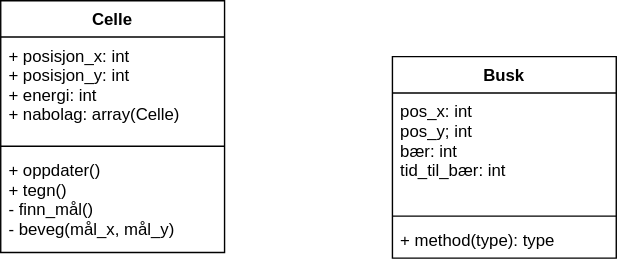
Before: Dokumentasjon/Klassediagram.drawio.svg, a diagram exported from draw.io (ProgMod-X/CellLife). Source tidied: cells renumbered, new cells last; positions are measured from the earlier drawing's top-left corner, leaving out a move shared by most shapes.
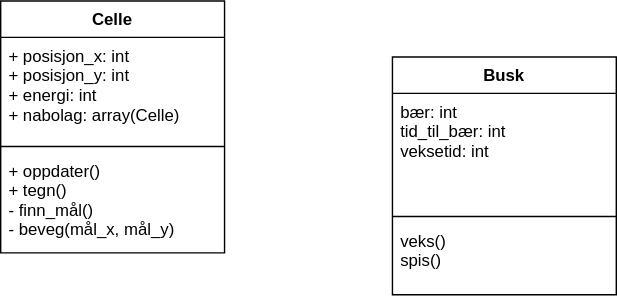
The same diagram one commit later.

Commit message:
Endra diagrammet til busken etter slik klassa blei.

The edit, as a diff of the source:
```diff
@@ -15,16 +15,16 @@
       <mxGeometry y="108" width="160" height="72" as="geometry" />
     </mxCell>
     <mxCell id="6" value="Busk" style="swimlane;fontStyle=1;align=center;verticalAlign=top;horizontal=1;startSize=26;" parent="1" vertex="1">
-      <mxGeometry x="280" y="40" width="160" height="144" as="geometry" />
+      <mxGeometry x="280" y="40" width="160" height="170" as="geometry" />
     </mxCell>
-    <mxCell id="7" value="pos_x: int&#10;pos_y; int&#10;bær: int&#10;tid_til_bær: int" style="text;strokeColor=none;fillColor=none;align=left;verticalAlign=top;spacingLeft=4;spacingRight=4;overflow=hidden;" parent="6" vertex="1">
+    <mxCell id="7" value="bær: int&#10;tid_til_bær: int&#10;veksetid: int" style="text;strokeColor=none;fillColor=none;align=left;verticalAlign=top;spacingLeft=4;spacingRight=4;overflow=hidden;" parent="6" vertex="1">
       <mxGeometry y="26" width="160" height="84" as="geometry" />
     </mxCell>
     <mxCell id="8" style="line;strokeWidth=1;fillColor=none;align=left;verticalAlign=middle;spacingTop=-1;spacingLeft=3;spacingRight=3;labelPosition=right;strokeColor=inherit;" parent="6" vertex="1">
       <mxGeometry y="110" width="160" height="8" as="geometry" />
     </mxCell>
-    <mxCell id="9" value="+ method(type): type" style="text;strokeColor=none;fillColor=none;align=left;verticalAlign=top;spacingLeft=4;spacingRight=4;overflow=hidden;" parent="6" vertex="1">
-      <mxGeometry y="118" width="160" height="26" as="geometry" />
+    <mxCell id="9" value="veks()&#10;spis()" style="text;strokeColor=none;fillColor=none;align=left;verticalAlign=top;spacingLeft=4;spacingRight=4;overflow=hidden;" parent="6" vertex="1">
+      <mxGeometry y="118" width="160" height="52" as="geometry" />
     </mxCell>
   </root>
 </mxGraphModel>
```
